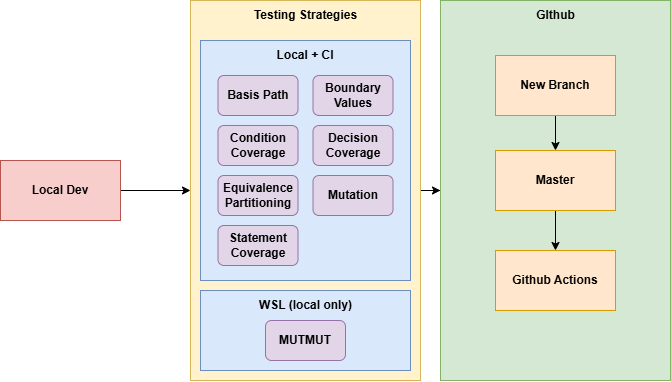
The draw.io diagram diagrams/pipeline.png in AlexZ1007/tss-proiect, before a commit. Source tidied: cells renumbered, new cells last; positions are measured from the earlier drawing's top-left corner, leaving out a move shared by most shapes.
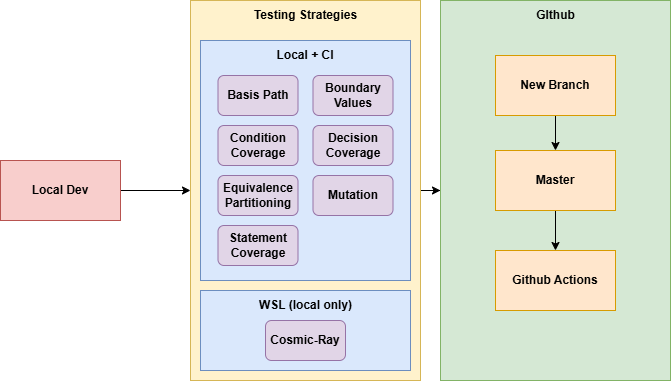
After the change.

Diff of the diagram source:
```diff
@@ -50,7 +50,7 @@
     <mxCell id="17" value="&lt;b&gt;WSL (local only)&lt;/b&gt;" style="text;html=1;whiteSpace=wrap;strokeColor=none;fillColor=none;align=center;verticalAlign=middle;rounded=0;" parent="1" vertex="1">
       <mxGeometry x="252.5" y="290" width="105" height="30" as="geometry" />
     </mxCell>
-    <mxCell id="18" value="&lt;b&gt;MUTMUT&lt;/b&gt;" style="rounded=1;whiteSpace=wrap;html=1;fillColor=#e1d5e7;strokeColor=#9673a6;" parent="1" vertex="1">
+    <mxCell id="18" value="&lt;b&gt;Cosmic-Ray&lt;/b&gt;" style="rounded=1;whiteSpace=wrap;html=1;fillColor=#e1d5e7;strokeColor=#9673a6;" parent="1" vertex="1">
       <mxGeometry x="265" y="320" width="80" height="40" as="geometry" />
     </mxCell>
     <mxCell id="19" style="rounded=0;whiteSpace=wrap;html=1;fillColor=#d5e8d4;strokeColor=#82b366;" parent="1" vertex="1">
```
